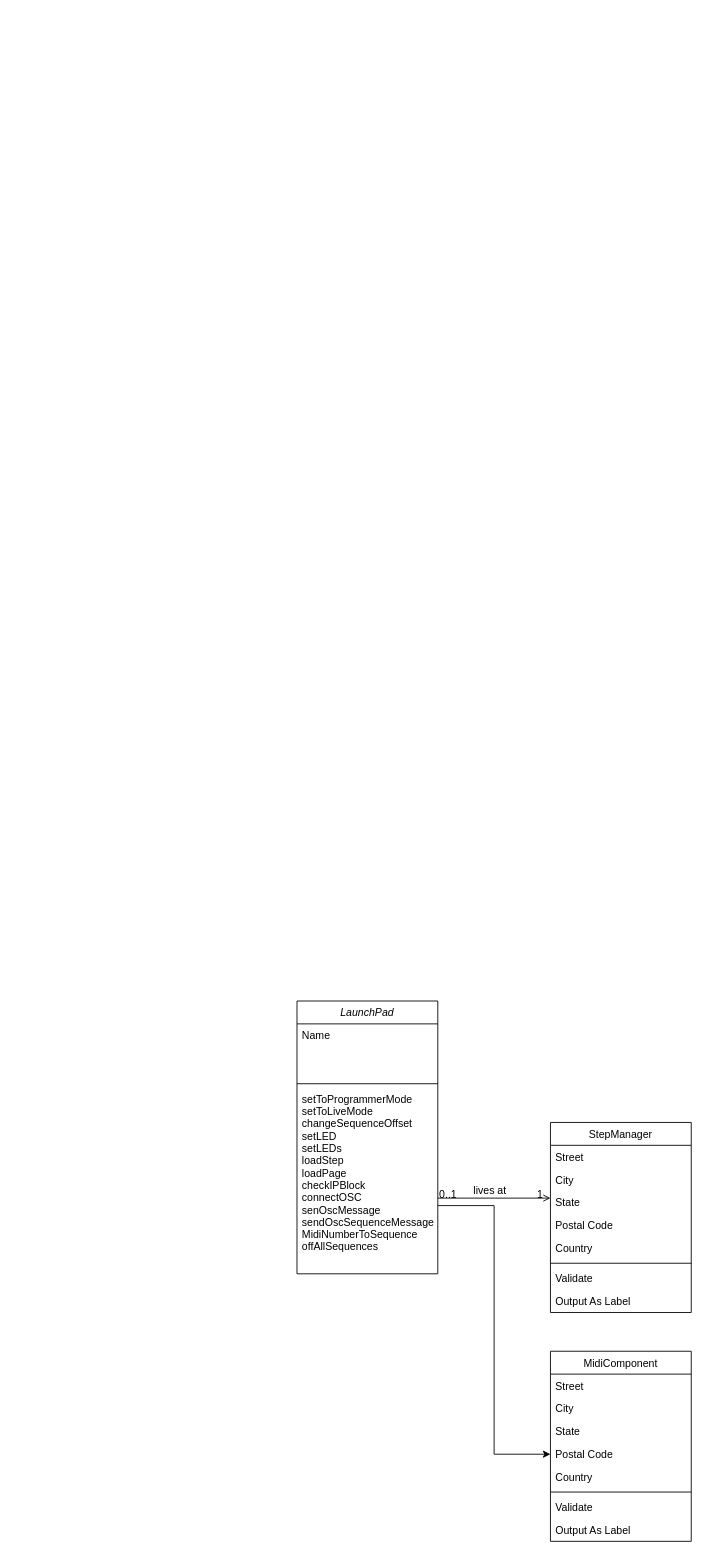
Earlier version of the draw.io diagram Documentation/class-diagram.drawio (yastefan/LaunchPadSequencer). Source tidied: cells renumbered, new cells numbered last; positions are measured from the earlier drawing's top-left corner, leaving out a move shared by most shapes. Both pictures are drawn from the tidied source at 88%, with x=0, y=0 at pixel (297, 1001).
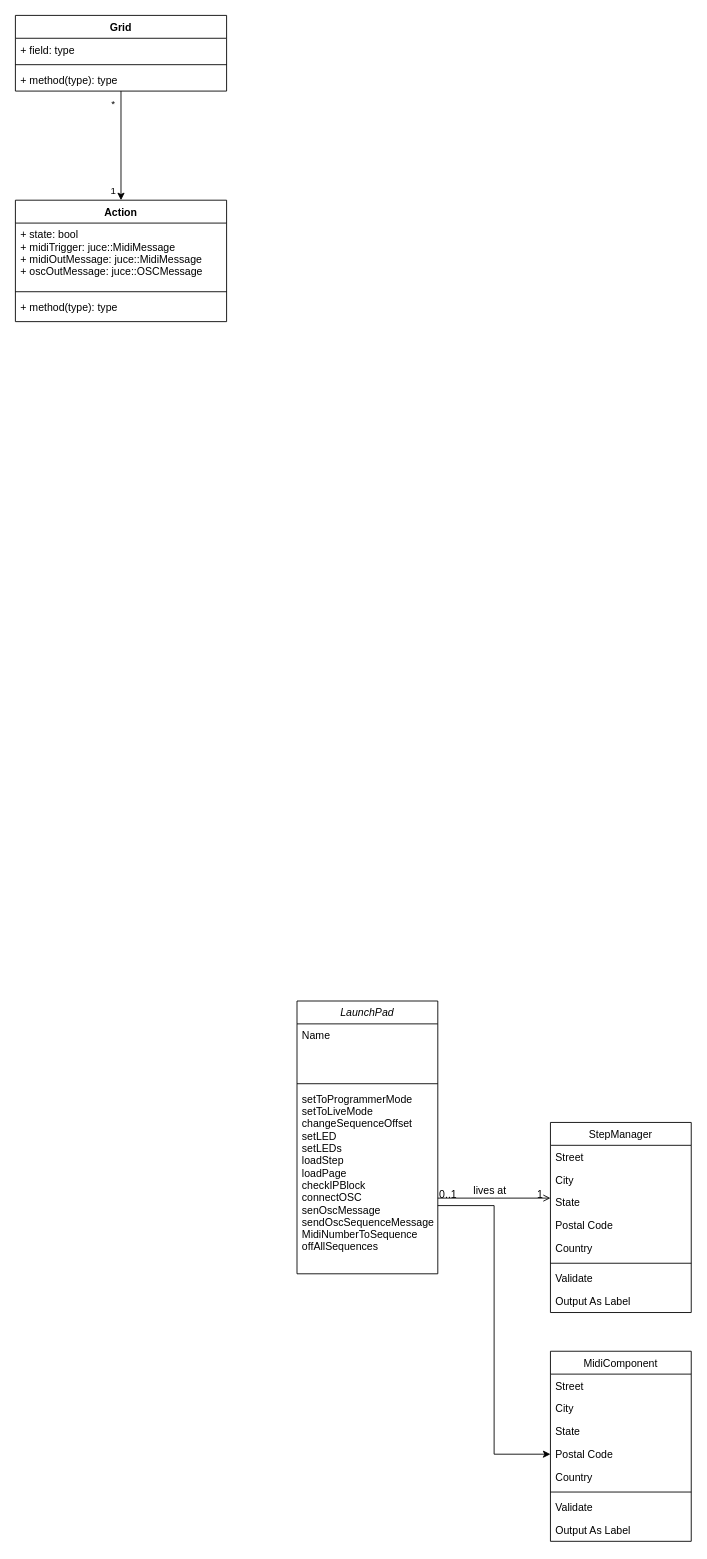
Above is the later version.

The edit, as a diff of the source:
```diff
@@
+    <mxCell id="29" value="Action" style="swimlane;fontStyle=1;align=center;verticalAlign=top;horizontal=1;startSize=26;" parent="1" vertex="1">
+      <mxGeometry x="-320" y="-910" width="240" height="138" as="geometry" />
+    </mxCell>
+    <mxCell id="30" value="+ state: bool&#10;+ midiTrigger: juce::MidiMessage&#10;+ midiOutMessage: juce::MidiMessage&#10;+ oscOutMessage: juce::OSCMessage&#10;" style="text;strokeColor=none;fillColor=none;align=left;verticalAlign=top;spacingLeft=4;spacingRight=4;overflow=hidden;" parent="29" vertex="1">
+      <mxGeometry y="26" width="240" height="74" as="geometry" />
+    </mxCell>
+    <mxCell id="31" style="line;strokeWidth=1;fillColor=none;align=left;verticalAlign=middle;spacingTop=-1;spacingLeft=3;spacingRight=3;labelPosition=right;" parent="29" vertex="1">
+      <mxGeometry y="100" width="240" height="8" as="geometry" />
+    </mxCell>
+    <mxCell id="32" value="+ method(type): type" style="text;strokeColor=none;fillColor=none;align=left;verticalAlign=top;spacingLeft=4;spacingRight=4;overflow=hidden;" parent="29" vertex="1">
+      <mxGeometry y="108" width="240" height="30" as="geometry" />
+    </mxCell>
+    <mxCell id="33" style="edgeStyle=orthogonalEdgeStyle;rounded=0;jettySize=auto;html=1;" parent="1" edge="1" source="36" target="29">
+      <mxGeometry relative="1" as="geometry" />
+    </mxCell>
+    <mxCell id="34" value="1" style="edgeLabel;html=1;align=center;verticalAlign=middle;" parent="33" vertex="1">
+      <mxGeometry x="0.83" relative="1" as="geometry">
+        <mxPoint x="-10" as="offset" />
+      </mxGeometry>
+    </mxCell>
+    <mxCell id="35" value="*" style="edgeLabel;html=1;align=center;verticalAlign=middle;" parent="33" vertex="1">
+      <mxGeometry x="-0.69" y="2" relative="1" as="geometry">
+        <mxPoint x="-12" y="-5" as="offset" />
+      </mxGeometry>
+    </mxCell>
+    <mxCell id="36" value="Grid" style="swimlane;fontStyle=1;align=center;verticalAlign=top;horizontal=1;startSize=26;" parent="1" vertex="1">
+      <mxGeometry x="-320" y="-1120" width="240" height="86" as="geometry" />
+    </mxCell>
+    <mxCell id="37" value="+ field: type" style="text;strokeColor=none;fillColor=none;align=left;verticalAlign=top;spacingLeft=4;spacingRight=4;overflow=hidden;" parent="36" vertex="1">
+      <mxGeometry y="26" width="240" height="26" as="geometry" />
+    </mxCell>
+    <mxCell id="38" style="line;strokeWidth=1;fillColor=none;align=left;verticalAlign=middle;spacingTop=-1;spacingLeft=3;spacingRight=3;labelPosition=right;" parent="36" vertex="1">
+      <mxGeometry y="52" width="240" height="8" as="geometry" />
+    </mxCell>
+    <mxCell id="39" value="+ method(type): type" style="text;strokeColor=none;fillColor=none;align=left;verticalAlign=top;spacingLeft=4;spacingRight=4;overflow=hidden;" parent="36" vertex="1">
+      <mxGeometry y="60" width="240" height="26" as="geometry" />
+    </mxCell>
```
